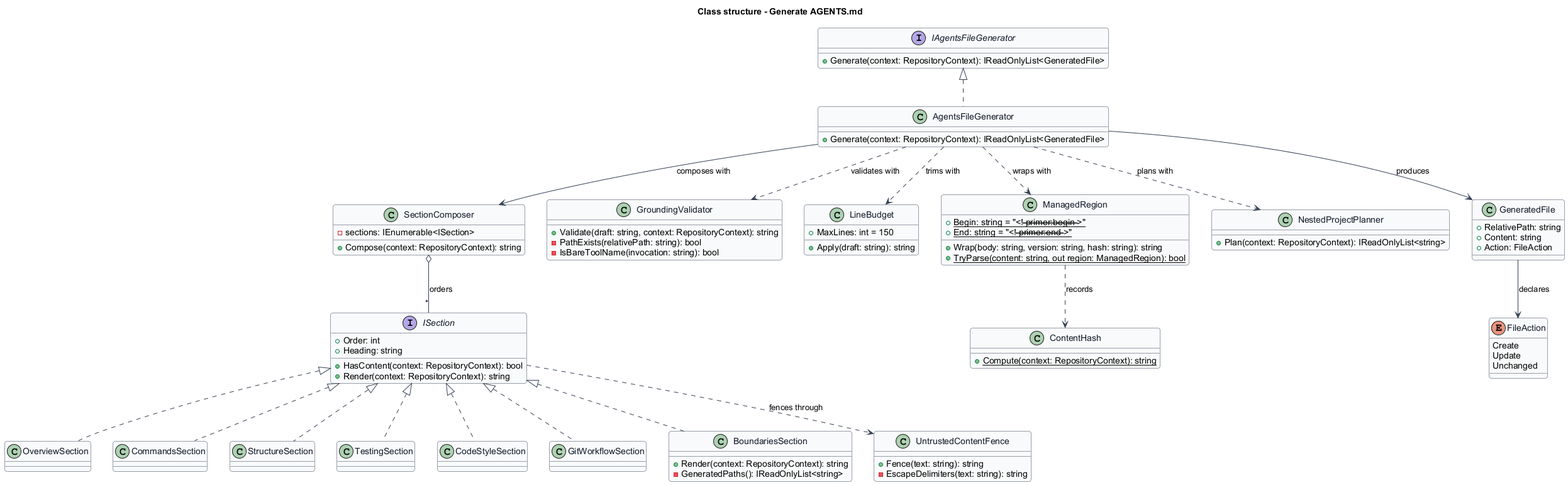
The PlantUML diagram docs/detailed-designs/agent-file-generation/generate-agents-md/diagrams/class-structure.png in QuinntyneBrown/primer, before a commit.
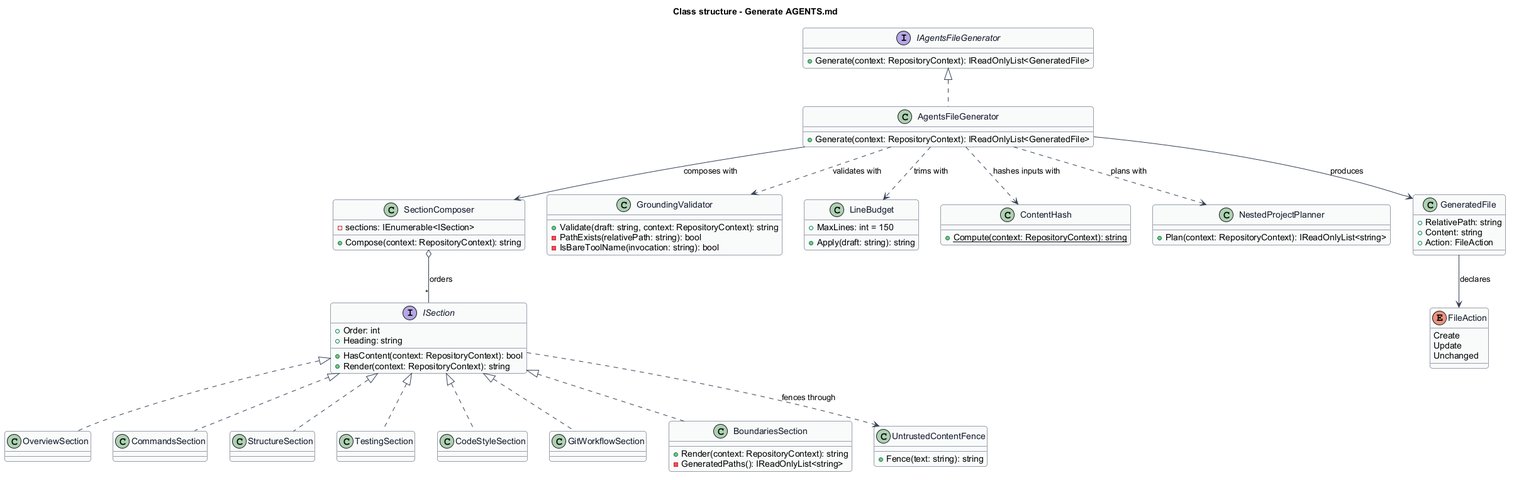
The same file after the commit.

Diff of the diagram source:
```diff
@@ -50,19 +50,11 @@
 
 class UntrustedContentFence {
   +Fence(text: string): string
-  -EscapeDelimiters(text: string): string
 }
 
 class LineBudget {
   +MaxLines: int = 150
   +Apply(draft: string): string
-}
-
-class ManagedRegion {
-  +{static} Begin: string = "<!-- primer:begin -->"
-  +{static} End: string = "<!-- primer:end -->"
-  +Wrap(body: string, version: string, hash: string): string
-  +{static} TryParse(content: string, out region: ManagedRegion): bool
 }
 
 class ContentHash {
@@ -97,11 +89,10 @@
 AgentsFileGenerator --> SectionComposer : composes with
 AgentsFileGenerator ..> GroundingValidator : validates with
 AgentsFileGenerator ..> LineBudget : trims with
-AgentsFileGenerator ..> ManagedRegion : wraps with
+AgentsFileGenerator ..> ContentHash : hashes inputs with
 AgentsFileGenerator ..> NestedProjectPlanner : plans with
 AgentsFileGenerator --> GeneratedFile : produces
 SectionComposer o-- "*" ISection : orders
 ISection ..> UntrustedContentFence : fences through
-ManagedRegion ..> ContentHash : records
 GeneratedFile --> FileAction : declares
 @enduml
```
